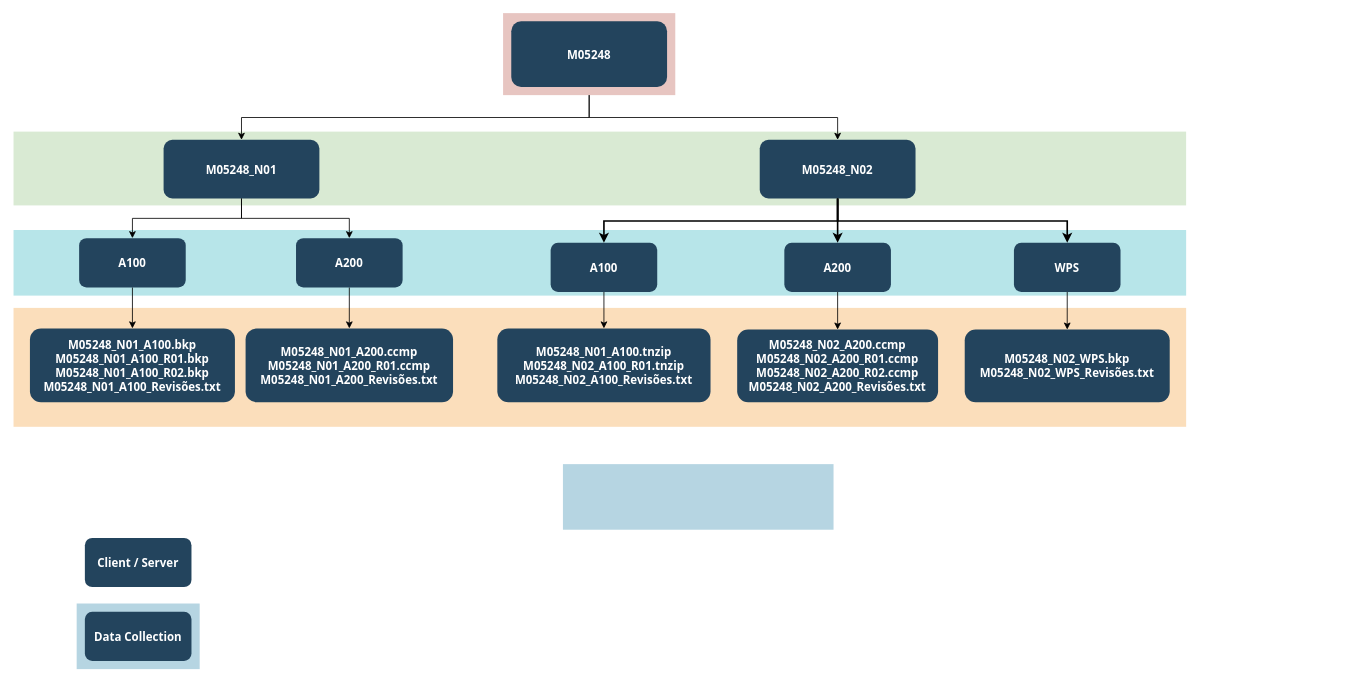
JonanMuller/WEGDiagrams keeps this draw.io diagram as diagrama_backups.drawio. Above is the earlier version. Source tidied: cells renumbered, new cells numbered last; positions are measured from the earlier drawing's top-left corner, leaving out a move shared by most shapes. Both pictures are drawn from the tidied source at 82%, with x=0, y=0 at pixel (13, 13).
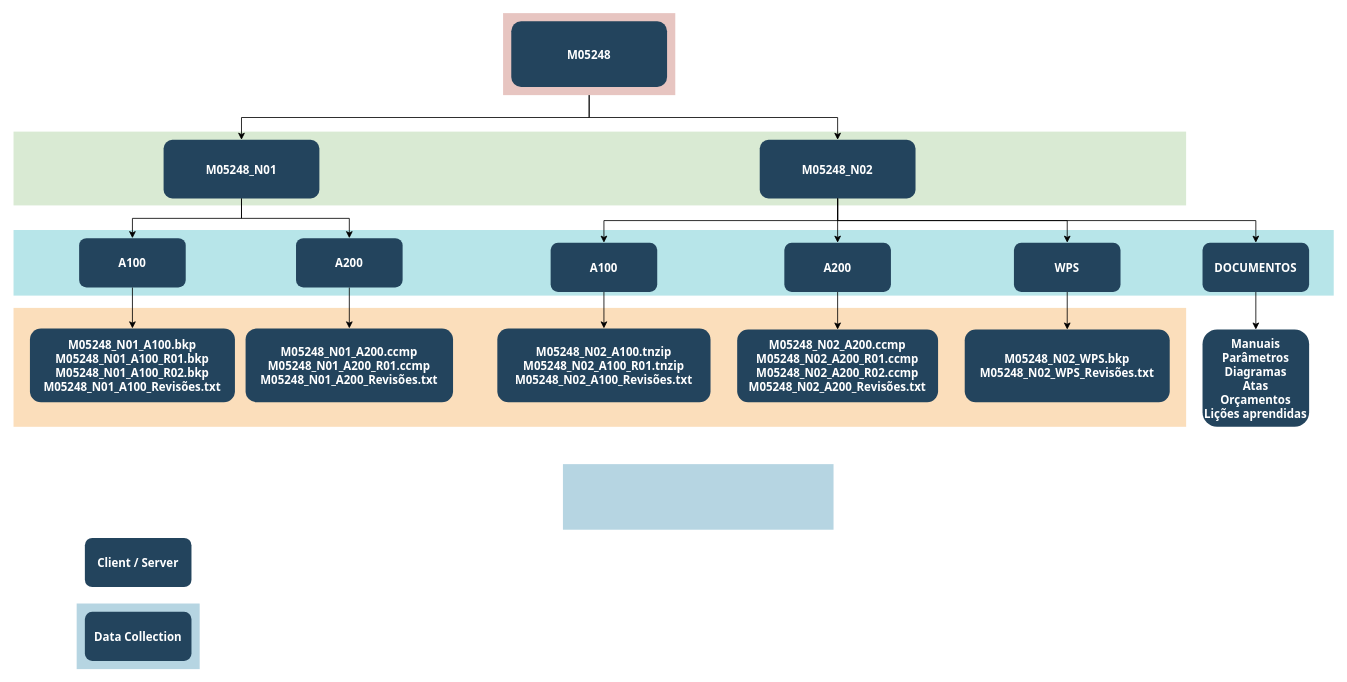
The same diagram, later.

Unchanged cells that the change refers to:
```xml
<mxCell id="10" value="M05248_N02" style="rounded=1;fillColor=#23445D;gradientColor=none;strokeColor=none;fontColor=#FFFFFF;fontStyle=1;fontFamily=Tahoma;fontSize=14;" parent="1" vertex="1">
  <mxGeometry x="910" y="154" width="190" height="71.5" as="geometry" />
</mxCell>
<mxCell id="22" value="A100" style="rounded=1;fillColor=#23445D;gradientColor=none;strokeColor=none;fontColor=#FFFFFF;fontStyle=1;fontFamily=Tahoma;fontSize=14;" parent="1" vertex="1">
  <mxGeometry x="655" y="279.5" width="130" height="60" as="geometry" />
</mxCell>
<mxCell id="25" value="A200" style="rounded=1;fillColor=#23445D;gradientColor=none;strokeColor=none;fontColor=#FFFFFF;fontStyle=1;fontFamily=Tahoma;fontSize=14;" parent="1" vertex="1">
  <mxGeometry x="940" y="279.5" width="130" height="60" as="geometry" />
</mxCell>
<mxCell id="28" value="WPS" style="rounded=1;fillColor=#23445D;gradientColor=none;strokeColor=none;fontColor=#FFFFFF;fontStyle=1;fontFamily=Tahoma;fontSize=14;" parent="1" vertex="1">
  <mxGeometry x="1220" y="279.5" width="130" height="60" as="geometry" />
</mxCell>
```

The edit, as a diff of the source:
```diff
@@
     <mxCell id="7" style="fillColor=#12AAB5;strokeColor=none;opacity=30;" parent="1" vertex="1">
-      <mxGeometry y="264" width="1430" height="80" as="geometry" />
+      <mxGeometry y="264" width="1610" height="80" as="geometry" />
     </mxCell>
@@
+    <mxCell id="31" style="edgeStyle=orthogonalEdgeStyle;rounded=0;jettySize=auto;html=1;" parent="1" edge="1" source="10" target="25">
+      <mxGeometry relative="1" as="geometry" />
+    </mxCell>
@@
-    <mxCell id="23" value="M05248_N01_A100.tnzip&#10;M05248_N02_A100_R01.tnzip&#10;M05248_N02_A100_Revisões.txt" style="rounded=1;fillColor=#23445D;gradientColor=none;strokeColor=none;fontColor=#FFFFFF;fontStyle=1;fontFamily=Tahoma;fontSize=14;" parent="1" vertex="1">
+    <mxCell id="23" value="M05248_N02_A100.tnzip&#10;M05248_N02_A100_R01.tnzip&#10;M05248_N02_A100_Revisões.txt" style="rounded=1;fillColor=#23445D;gradientColor=none;strokeColor=none;fontColor=#FFFFFF;fontStyle=1;fontFamily=Tahoma;fontSize=14;" parent="1" vertex="1">
       <mxGeometry x="590" y="384" width="260" height="90" as="geometry" />
     </mxCell>
@@
-    <mxCell id="30" style="edgeStyle=elbowEdgeStyle;elbow=vertical;strokeWidth=2;rounded=0;" parent="1" edge="1" source="10" target="22">
-      <mxGeometry x="-23" y="135.5" as="geometry" />
-    </mxCell>
-    <mxCell id="31" style="edgeStyle=elbowEdgeStyle;elbow=vertical;strokeWidth=2;rounded=0;" parent="1" edge="1" source="10" target="25">
-      <mxGeometry x="-23" y="135.5" as="geometry" />
-    </mxCell>
-    <mxCell id="32" style="edgeStyle=elbowEdgeStyle;elbow=vertical;strokeWidth=2;rounded=0;" parent="1" edge="1" source="10" target="28">
-      <mxGeometry x="-23" y="135.5" as="geometry" />
-    </mxCell>
@@
+    <mxCell id="35" style="edgeStyle=orthogonalEdgeStyle;rounded=0;jettySize=auto;html=1;" parent="1" edge="1" source="36" target="38">
+      <mxGeometry relative="1" as="geometry" />
+    </mxCell>
+    <mxCell id="36" value="DOCUMENTOS" style="rounded=1;fillColor=#23445D;gradientColor=none;strokeColor=none;fontColor=#FFFFFF;fontStyle=1;fontFamily=Tahoma;fontSize=14;" parent="1" vertex="1">
+      <mxGeometry x="1450" y="279.5" width="130" height="60" as="geometry" />
+    </mxCell>
+    <mxCell id="32" style="edgeStyle=orthogonalEdgeStyle;rounded=0;jettySize=auto;html=1;exitX=0.5;exitY=1;exitDx=0;exitDy=0;entryX=0.5;entryY=0;entryDx=0;entryDy=0;" parent="1" edge="1" source="10" target="28">
+      <mxGeometry relative="1" as="geometry" />
+    </mxCell>
+    <mxCell id="37" style="edgeStyle=orthogonalEdgeStyle;rounded=0;jettySize=auto;html=1;exitX=0.5;exitY=1;exitDx=0;exitDy=0;entryX=0.5;entryY=0;entryDx=0;entryDy=0;" parent="1" edge="1" source="10" target="36">
+      <mxGeometry relative="1" as="geometry" />
+    </mxCell>
+    <mxCell id="30" style="edgeStyle=orthogonalEdgeStyle;rounded=0;jettySize=auto;html=1;exitX=0.5;exitY=1;exitDx=0;exitDy=0;entryX=0.5;entryY=0;entryDx=0;entryDy=0;" parent="1" edge="1" source="10" target="22">
+      <mxGeometry relative="1" as="geometry" />
+    </mxCell>
+    <mxCell id="38" value="Manuais&#10;Parâmetros&#10;Diagramas&#10;Atas&#10;Orçamentos&#10;Lições aprendidas" style="rounded=1;fillColor=#23445D;gradientColor=none;strokeColor=none;fontColor=#FFFFFF;fontStyle=1;fontFamily=Tahoma;fontSize=14;" parent="1" vertex="1">
+      <mxGeometry x="1450" y="385.4" width="130" height="118.6" as="geometry" />
+    </mxCell>
```
